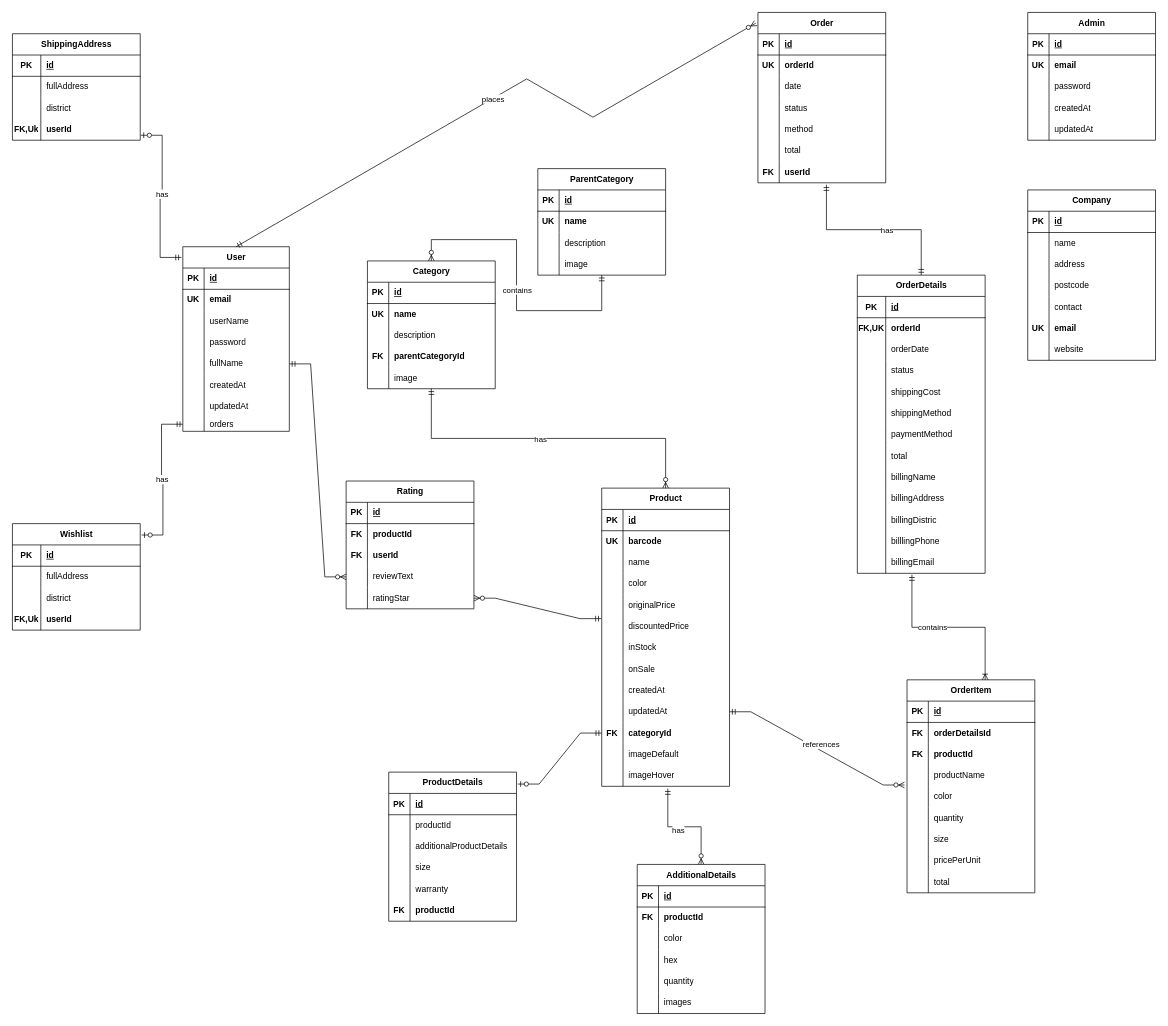
Earlier version of the draw.io diagram Untitled Diagram.drawio (RadifTajwar/tithi-khalamoni). Source tidied: cells renumbered, new cells numbered last; positions are measured from the earlier drawing's top-left corner, leaving out a move shared by most shapes. Both pictures are drawn from the tidied source at 71%, with x=0, y=0 at pixel (12, 12).
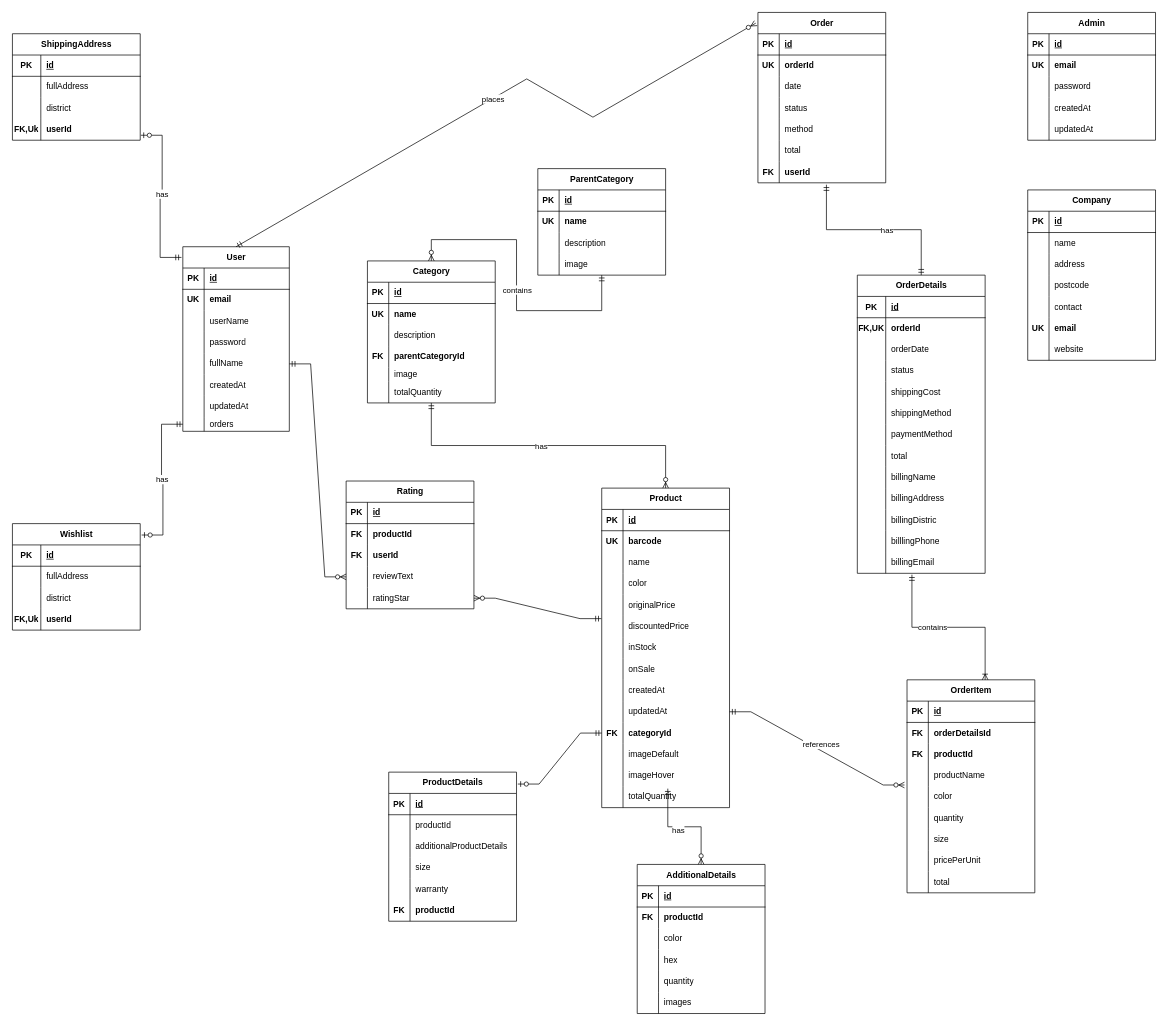
Above is the later version.

Diff of the diagram source:
```diff
@@
     <mxCell id="94" value="Category" style="shape=table;startSize=30;childLayout=tableLayout;rowLines=0;fontStyle=1;align=center;html=1;" parent="1" vertex="1">
-      <mxGeometry x="500" y="350" width="180" height="180" as="geometry" />
+      <mxGeometry x="500" y="350" width="180" height="200" as="geometry" />
     </mxCell>
@@
     <mxCell id="107" style="shape=tableRow;horizontal=0;startSize=0;swimlaneHead=0;swimlaneBody=0;fillColor=none;top=0;left=0;right=0;bottom=0;" parent="94" vertex="1">
-      <mxGeometry y="150" width="180" height="30" as="geometry" />
+      <mxGeometry y="150" width="180" height="20" as="geometry" />
     </mxCell>
     <mxCell id="108" style="shape=partialRectangle;fillColor=none;top=0;left=0;bottom=0;right=0;overflow=hidden;whiteSpace=wrap;html=1;" parent="107" vertex="1">
-      <mxGeometry width="30" height="30" as="geometry" />
+      <mxGeometry width="30" height="20" as="geometry" />
     </mxCell>
     <mxCell id="109" value="image" style="shape=partialRectangle;fillColor=none;top=0;left=0;bottom=0;right=0;align=left;spacingLeft=6;overflow=hidden;whiteSpace=wrap;html=1;" parent="107" vertex="1">
-      <mxGeometry x="30" width="150" height="30" as="geometry" />
+      <mxGeometry x="30" width="150" height="20" as="geometry" />
     </mxCell>
+    <mxCell id="325" style="shape=tableRow;horizontal=0;startSize=0;swimlaneHead=0;swimlaneBody=0;fillColor=none;top=0;left=0;right=0;bottom=0;" parent="94" vertex="1">
+      <mxGeometry y="170" width="180" height="30" as="geometry" />
+    </mxCell>
+    <mxCell id="326" style="shape=partialRectangle;fillColor=none;top=0;left=0;bottom=0;right=0;overflow=hidden;whiteSpace=wrap;html=1;" parent="325" vertex="1">
+      <mxGeometry width="30" height="30" as="geometry" />
+    </mxCell>
+    <mxCell id="327" value="totalQuantity" style="shape=partialRectangle;fillColor=none;top=0;left=0;bottom=0;right=0;align=left;spacingLeft=6;overflow=hidden;whiteSpace=wrap;html=1;" parent="325" vertex="1">
+      <mxGeometry x="30" width="150" height="30" as="geometry" />
+    </mxCell>
@@
     <mxCell id="112" value="Product" style="shape=table;startSize=30;childLayout=tableLayout;rowLines=0;fontStyle=1;align=center;html=1;" parent="1" vertex="1">
-      <mxGeometry x="830" y="670" width="180" height="420" as="geometry" />
+      <mxGeometry x="830" y="670" width="180" height="450" as="geometry" />
     </mxCell>
@@
+    <mxCell id="328" style="shape=tableRow;horizontal=0;startSize=0;swimlaneHead=0;swimlaneBody=0;fillColor=none;top=0;left=0;right=0;bottom=0;" parent="112" vertex="1">
+      <mxGeometry y="420" width="180" height="30" as="geometry" />
+    </mxCell>
+    <mxCell id="329" style="shape=partialRectangle;fillColor=none;top=0;left=0;bottom=0;right=0;overflow=hidden;whiteSpace=wrap;html=1;" parent="328" vertex="1">
+      <mxGeometry width="30" height="30" as="geometry" />
+    </mxCell>
+    <mxCell id="330" value="totalQuantity" style="shape=partialRectangle;fillColor=none;top=0;left=0;bottom=0;right=0;align=left;spacingLeft=6;overflow=hidden;whiteSpace=wrap;html=1;" parent="328" vertex="1">
+      <mxGeometry x="30" width="150" height="30" as="geometry" />
+    </mxCell>
```
